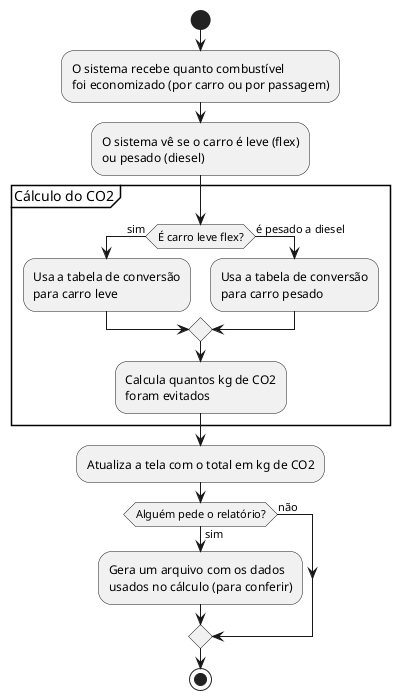
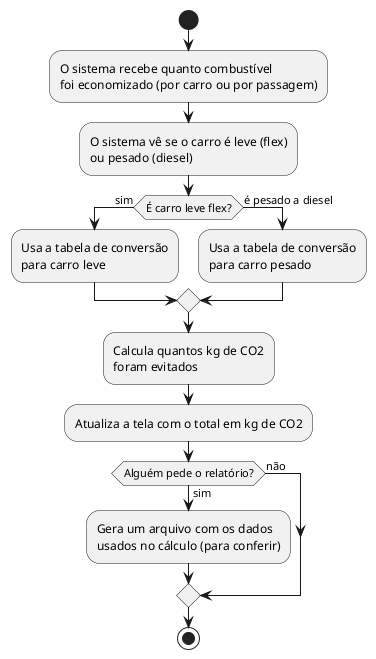
@startuml US03_Conversor_Carbono
start
:O sistema recebe quanto combustível\nfoi economizado (por carro ou por passagem);
:O sistema vê se o carro é leve (flex)\nou pesado (diesel);
- partition "Cálculo do CO2" {
-   if (É carro leve flex?) then (sim)
-     :Usa a tabela de conversão\npara carro leve;
-   else (é pesado a diesel)
-     :Usa a tabela de conversão\npara carro pesado;
-   endif
-   :Calcula quantos kg de CO2\nforam evitados;
- }
+ if (É carro leve flex?) then (sim)
+   :Usa a tabela de conversão\npara carro leve;
+ else (é pesado a diesel)
+   :Usa a tabela de conversão\npara carro pesado;
+ endif
+ :Calcula quantos kg de CO2\nforam evitados;
:Atualiza a tela com o total em kg de CO2;
if (Alguém pede o relatório?) then (sim)
  :Gera um arquivo com os dados\nusados no cálculo (para conferir);
else (não)
endif
stop
@enduml
